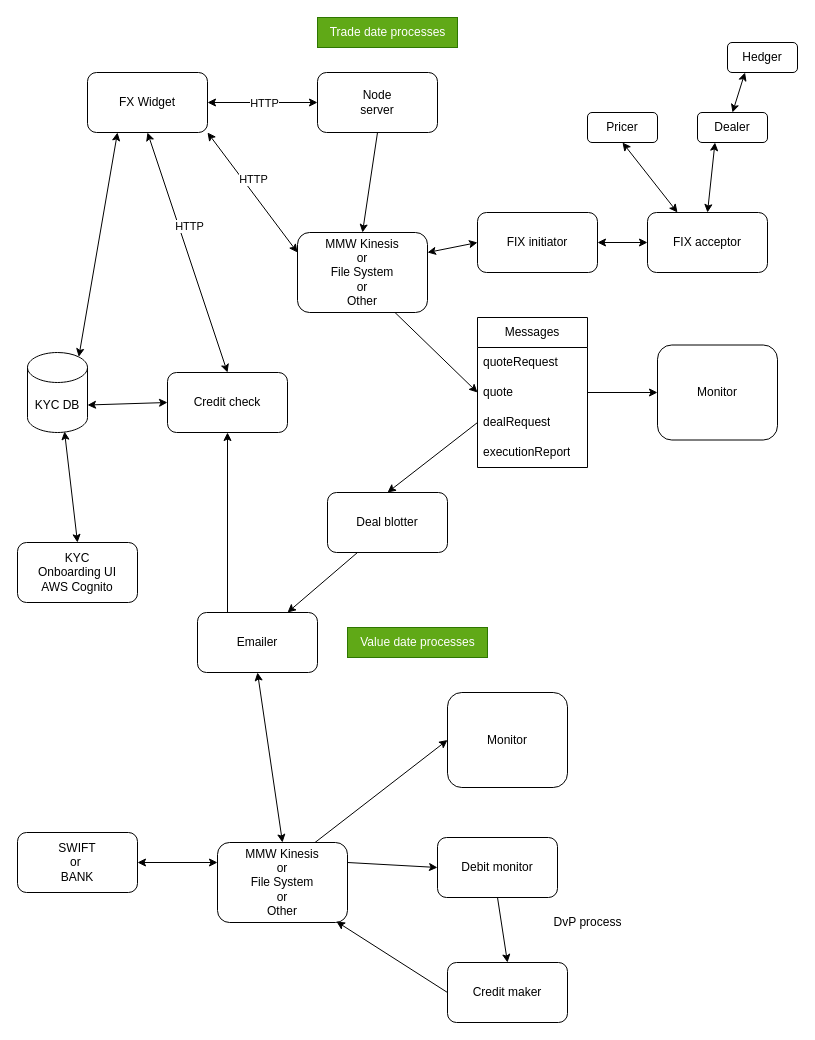
Above: arch.drawio in rupweb/ws-front-end (draw.io), before the change. Source tidied: cells renumbered, new cells numbered last; positions are measured from the earlier drawing's top-left corner, leaving out a move shared by most shapes. Both pictures are drawn from the tidied source at 100%, with x=0, y=0 at pixel (17, 17).
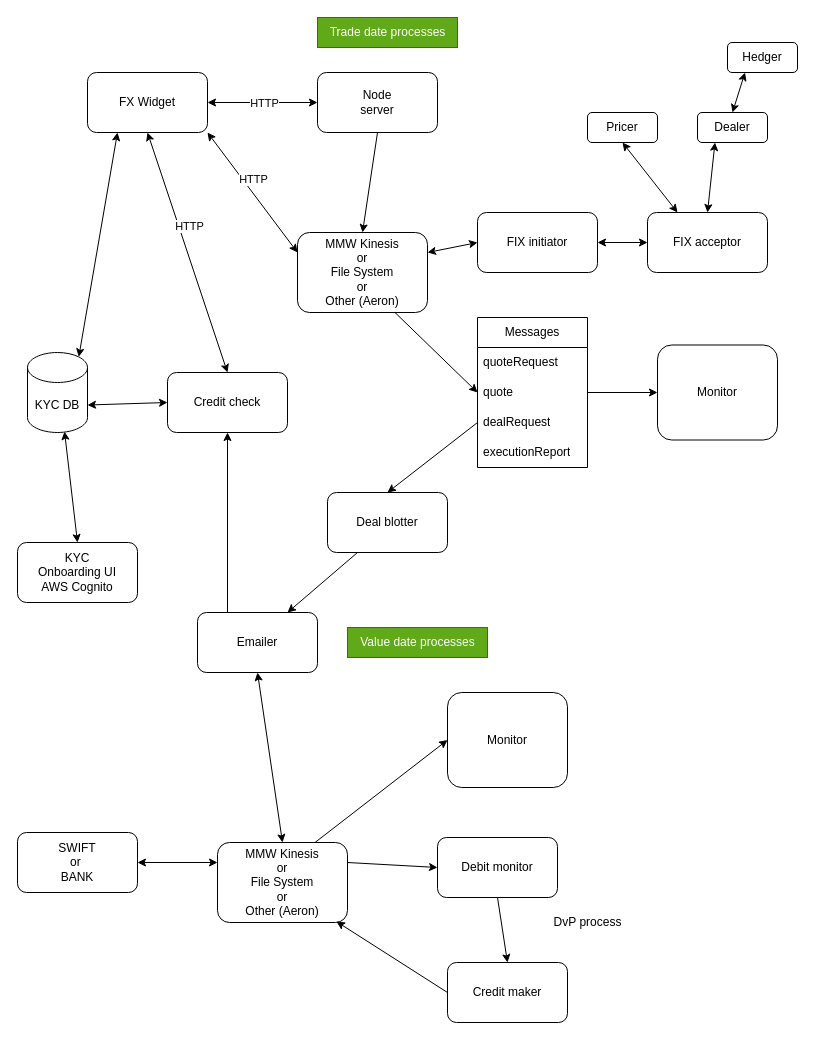
After the change.

What changed in the source:
```diff
@@
-    <mxCell id="16" value="MMW Kinesis&lt;br&gt;or&lt;br&gt;File System&lt;br&gt;or&lt;br&gt;Other" style="rounded=1;whiteSpace=wrap;html=1;" parent="1" vertex="1">
+    <mxCell id="16" value="MMW Kinesis&lt;br&gt;or&lt;br&gt;File System&lt;br&gt;or&lt;br&gt;Other (Aeron)" style="rounded=1;whiteSpace=wrap;html=1;" parent="1" vertex="1">
       <mxGeometry x="280" y="215" width="130" height="80" as="geometry" />
     </mxCell>
@@
-    <mxCell id="48" value="MMW Kinesis&lt;br&gt;or&lt;br&gt;File System&lt;br&gt;or&lt;br&gt;Other" style="rounded=1;whiteSpace=wrap;html=1;" parent="1" vertex="1">
+    <mxCell id="48" value="MMW Kinesis&lt;br&gt;or&lt;br&gt;File System&lt;br&gt;or&lt;br&gt;Other (Aeron)" style="rounded=1;whiteSpace=wrap;html=1;" parent="1" vertex="1">
       <mxGeometry x="200" y="825" width="130" height="80" as="geometry" />
     </mxCell>
```
